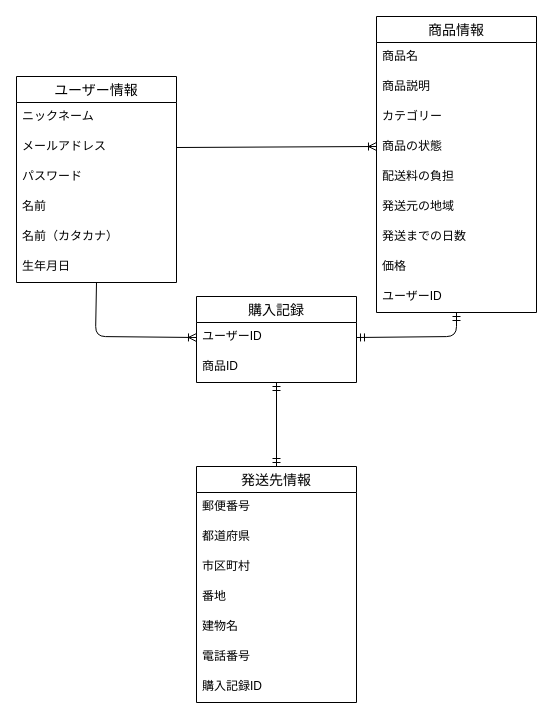
Earlier version of the draw.io diagram test.dio (kim4ky/furima-40347). Source tidied: cells renumbered, new cells numbered last; positions are measured from the earlier drawing's top-left corner, leaving out a move shared by most shapes. Both pictures are drawn from the tidied source at 100%, with x=0, y=0 at pixel (16, 16).
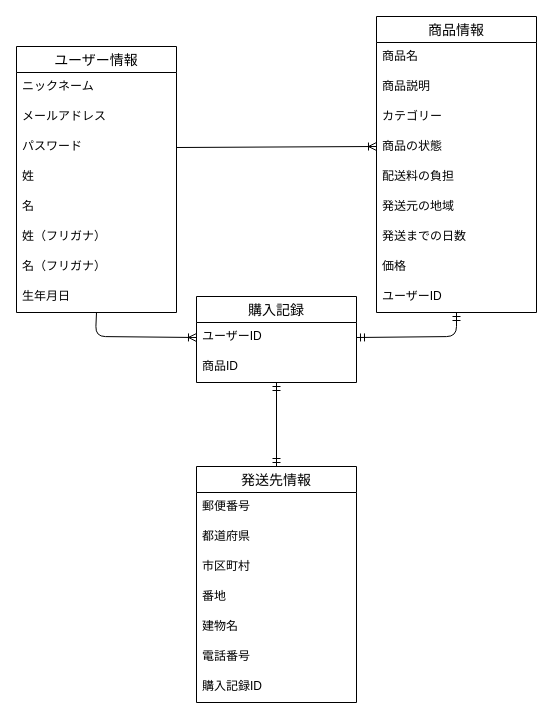
The same page after the edit.

Commit message (it also covers changes not shown here):
データベース設計の修正

The change refers to these unchanged cells:
```xml
<mxCell id="4" value="メールアドレス" style="text;strokeColor=none;fillColor=none;spacingLeft=4;spacingRight=4;overflow=hidden;points=[[0,0.5],[1,0.5]];portConstraint=eastwest;fontSize=12;" parent="2" vertex="1">
  <mxGeometry y="56" width="160" height="30" as="geometry" />
</mxCell>
<mxCell id="5" value="パスワード" style="text;strokeColor=none;fillColor=none;spacingLeft=4;spacingRight=4;overflow=hidden;points=[[0,0.5],[1,0.5]];portConstraint=eastwest;fontSize=12;" parent="2" vertex="1">
  <mxGeometry y="86" width="160" height="30" as="geometry" />
</mxCell>
```

What changed in the source:
```diff
@@
     <mxCell id="2" value="ユーザー情報" style="swimlane;fontStyle=0;horizontal=1;startSize=26;align=center;fontSize=14;" parent="1" vertex="1">
-      <mxGeometry y="60" width="160" height="206" as="geometry" />
+      <mxGeometry y="30" width="160" height="266" as="geometry" />
     </mxCell>
@@
-    <mxCell id="6" value="名前" style="text;strokeColor=none;fillColor=none;spacingLeft=4;spacingRight=4;overflow=hidden;fontSize=12;" parent="2" vertex="1">
+    <mxCell id="6" value="姓" style="text;strokeColor=none;fillColor=none;spacingLeft=4;spacingRight=4;overflow=hidden;fontSize=12;" parent="2" vertex="1">
       <mxGeometry y="116" width="160" height="30" as="geometry" />
     </mxCell>
+    <mxCell id="34" value="名" style="text;strokeColor=none;fillColor=none;spacingLeft=4;spacingRight=4;overflow=hidden;fontSize=12;" parent="2" vertex="1">
+      <mxGeometry y="146" width="160" height="30" as="geometry" />
+    </mxCell>
-    <mxCell id="7" value="名前（カタカナ）" style="text;strokeColor=none;fillColor=none;spacingLeft=4;spacingRight=4;overflow=hidden;fontSize=12;" parent="2" vertex="1">
-      <mxGeometry y="146" width="160" height="30" as="geometry" />
+    <mxCell id="7" value="姓（フリガナ）" style="text;strokeColor=none;fillColor=none;spacingLeft=4;spacingRight=4;overflow=hidden;fontSize=12;" parent="2" vertex="1">
+      <mxGeometry y="176" width="160" height="30" as="geometry" />
     </mxCell>
+    <mxCell id="35" value="名（フリガナ）" style="text;strokeColor=none;fillColor=none;spacingLeft=4;spacingRight=4;overflow=hidden;fontSize=12;" parent="2" vertex="1">
+      <mxGeometry y="206" width="160" height="30" as="geometry" />
+    </mxCell>
     <mxCell id="8" value="生年月日" style="text;strokeColor=none;fillColor=none;spacingLeft=4;spacingRight=4;overflow=hidden;points=[[0,0.5],[1,0.5]];portConstraint=eastwest;fontSize=12;" parent="2" vertex="1">
-      <mxGeometry y="176" width="160" height="30" as="geometry" />
+      <mxGeometry y="236" width="160" height="30" as="geometry" />
     </mxCell>
@@
-    <mxCell id="31" style="fontSize=12;html=1;endArrow=ERoneToMany;exitX=1;exitY=0.5;exitDx=0;exitDy=0;" parent="1" edge="1" source="4">
+    <mxCell id="31" style="fontSize=12;html=1;endArrow=ERoneToMany;exitX=1;exitY=0.5;exitDx=0;exitDy=0;" parent="1" edge="1" source="5">
       <mxGeometry relative="1" as="geometry">
         <mxPoint x="360" y="130" as="targetPoint" />
       </mxGeometry>
     </mxCell>
```
